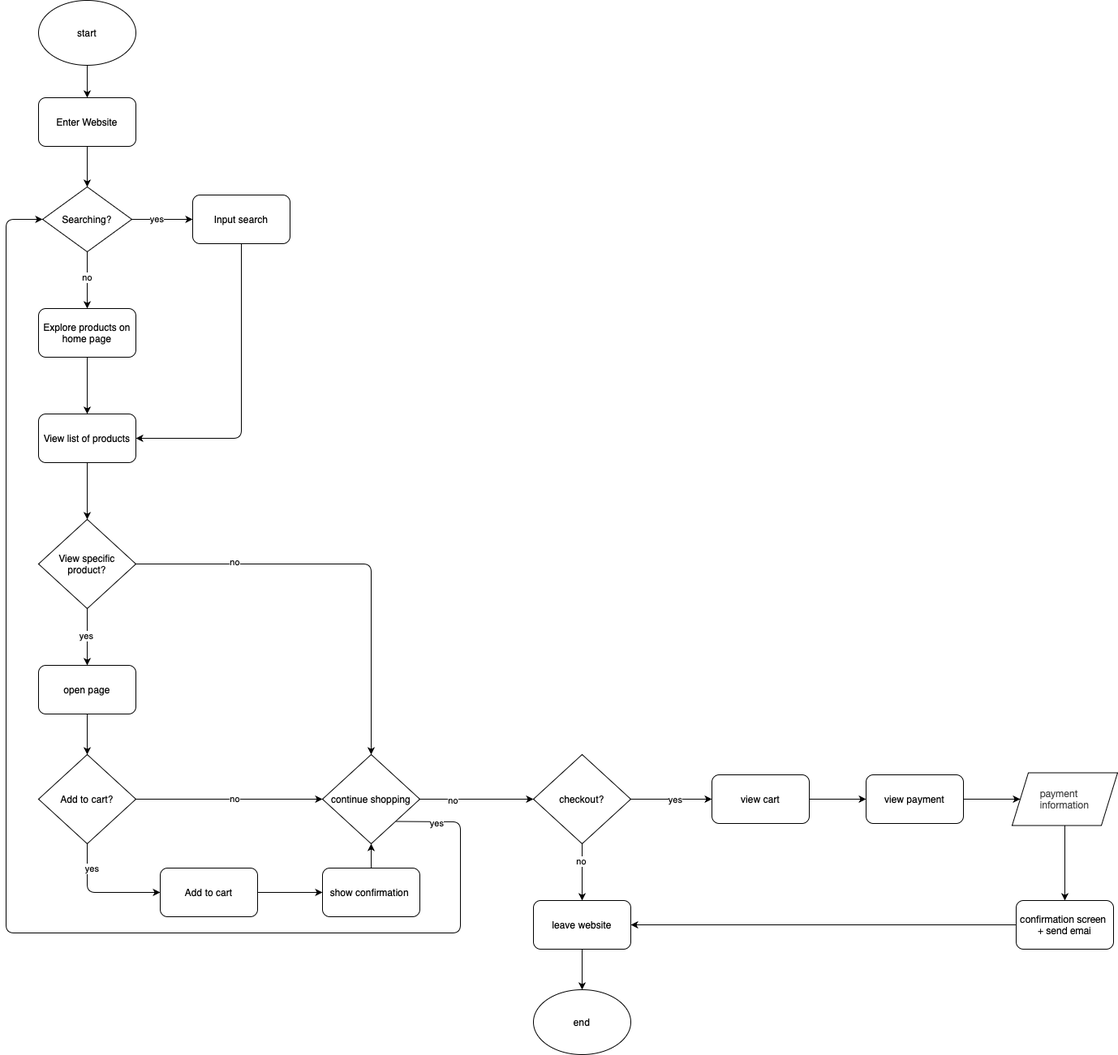
This is explore/diagramming/diagram.drawio.png from Panteaforoutan/sp25-cse110-lab4, a draw.io export, as it was before one commit. Source tidied: cells renumbered, new cells last; positions are measured from the earlier drawing's top-left corner, leaving out a move shared by most shapes. Source of this version:
```xml
<mxGraphModel>
  <root>
    <mxCell id="0" />
    <mxCell id="1" parent="0" />
    <mxCell id="2" style="edgeStyle=none;html=1;exitX=0.5;exitY=1;exitDx=0;exitDy=0;exitPerimeter=0;" parent="1" edge="1" target="9">
      <mxGeometry relative="1" as="geometry">
        <mxPoint x="100" y="80" as="sourcePoint" />
      </mxGeometry>
    </mxCell>
    <mxCell id="3" style="edgeStyle=none;html=1;entryX=0.5;entryY=0;entryDx=0;entryDy=0;" parent="1" edge="1" source="7" target="13">
      <mxGeometry relative="1" as="geometry" />
    </mxCell>
    <mxCell id="4" value="no" style="edgeLabel;html=1;align=center;verticalAlign=middle;" parent="3" vertex="1">
      <mxGeometry x="-0.09" y="-1" relative="1" as="geometry" />
    </mxCell>
    <mxCell id="5" style="edgeStyle=none;html=1;entryX=0;entryY=0.5;entryDx=0;entryDy=0;" parent="1" edge="1" source="7" target="11">
      <mxGeometry relative="1" as="geometry" />
    </mxCell>
    <mxCell id="6" value="yes" style="edgeLabel;html=1;align=center;verticalAlign=middle;" parent="5" vertex="1">
      <mxGeometry x="-0.17" y="1" relative="1" as="geometry" />
    </mxCell>
    <mxCell id="7" value="Searching?" style="shape=rhombus;html=1;dashed=0;whiteSpace=wrap;perimeter=rhombusPerimeter;" parent="1" vertex="1">
      <mxGeometry x="45" y="230" width="110" height="80" as="geometry" />
    </mxCell>
    <mxCell id="8" style="edgeStyle=none;html=1;exitX=0.5;exitY=1;exitDx=0;exitDy=0;" parent="1" edge="1" source="9" target="7">
      <mxGeometry relative="1" as="geometry" />
    </mxCell>
    <mxCell id="9" value="&lt;span style=&quot;text-align: start; color: rgb(0, 0, 0);&quot;&gt;&lt;font&gt;Enter Website&lt;/font&gt;&lt;/span&gt;" style="rounded=1;whiteSpace=wrap;html=1;align=center;" parent="1" vertex="1">
      <mxGeometry x="40" y="120" width="120" height="60" as="geometry" />
    </mxCell>
    <mxCell id="10" style="edgeStyle=none;html=1;exitX=0.5;exitY=1;exitDx=0;exitDy=0;entryX=1;entryY=0.5;entryDx=0;entryDy=0;" parent="1" edge="1" source="11" target="20">
      <mxGeometry relative="1" as="geometry">
        <Array as="points">
          <mxPoint x="290" y="540" />
        </Array>
      </mxGeometry>
    </mxCell>
    <mxCell id="11" value="&lt;div&gt;&lt;span style=&quot;text-align: start; caret-color: rgb(0, 0, 0); color: rgb(0, 0, 0);&quot;&gt;&lt;font&gt;Input search&lt;/font&gt;&lt;/span&gt;&lt;br&gt;&lt;/div&gt;" style="rounded=1;whiteSpace=wrap;html=1;" parent="1" vertex="1">
      <mxGeometry x="230" y="240" width="120" height="60" as="geometry" />
    </mxCell>
    <mxCell id="12" style="edgeStyle=none;html=1;exitX=0.5;exitY=1;exitDx=0;exitDy=0;entryX=0.5;entryY=0;entryDx=0;entryDy=0;" parent="1" edge="1" source="13" target="20">
      <mxGeometry relative="1" as="geometry" />
    </mxCell>
    <mxCell id="13" value="Explore products on home page" style="rounded=1;whiteSpace=wrap;html=1;" parent="1" vertex="1">
      <mxGeometry x="40" y="380" width="120" height="60" as="geometry" />
    </mxCell>
    <mxCell id="14" style="edgeStyle=none;html=1;entryX=0.5;entryY=0;entryDx=0;entryDy=0;" parent="1" edge="1" source="18">
      <mxGeometry relative="1" as="geometry">
        <mxPoint x="100" y="820" as="targetPoint" />
      </mxGeometry>
    </mxCell>
    <mxCell id="15" value="yes" style="edgeLabel;html=1;align=center;verticalAlign=middle;" parent="14" vertex="1">
      <mxGeometry x="-0.06" y="-2" relative="1" as="geometry" />
    </mxCell>
    <mxCell id="16" style="edgeStyle=none;html=1;exitX=1;exitY=0.5;exitDx=0;exitDy=0;entryX=0.5;entryY=0;entryDx=0;entryDy=0;" parent="1" edge="1" source="18" target="36">
      <mxGeometry relative="1" as="geometry">
        <Array as="points">
          <mxPoint x="450" y="695" />
        </Array>
      </mxGeometry>
    </mxCell>
    <mxCell id="17" value="no" style="edgeLabel;html=1;align=center;verticalAlign=middle;" parent="16" vertex="1">
      <mxGeometry x="-0.54" y="3" relative="1" as="geometry" />
    </mxCell>
    <mxCell id="18" value="&lt;span style=&quot;text-align: start; color: rgb(0, 0, 0);&quot;&gt;&lt;font&gt;View specific product?&lt;/font&gt;&lt;/span&gt;" style="rhombus;whiteSpace=wrap;html=1;" parent="1" vertex="1">
      <mxGeometry x="40" y="640" width="120" height="110" as="geometry" />
    </mxCell>
    <mxCell id="19" style="edgeStyle=none;html=1;exitX=0.5;exitY=1;exitDx=0;exitDy=0;entryX=0.5;entryY=0;entryDx=0;entryDy=0;" parent="1" edge="1" source="20" target="18">
      <mxGeometry relative="1" as="geometry" />
    </mxCell>
    <mxCell id="20" value="&lt;span style=&quot;text-align: start; color: rgb(0, 0, 0);&quot;&gt;&lt;font&gt;View list of products&lt;/font&gt;&lt;/span&gt;" style="rounded=1;whiteSpace=wrap;html=1;" parent="1" vertex="1">
      <mxGeometry x="40" y="510" width="120" height="60" as="geometry" />
    </mxCell>
    <mxCell id="21" style="edgeStyle=none;html=1;exitX=0.5;exitY=1;exitDx=0;exitDy=0;entryX=0.5;entryY=0;entryDx=0;entryDy=0;" parent="1" edge="1" source="22" target="27">
      <mxGeometry relative="1" as="geometry" />
    </mxCell>
    <mxCell id="22" value="open page" style="rounded=1;whiteSpace=wrap;html=1;" parent="1" vertex="1">
      <mxGeometry x="40" y="820" width="120" height="60" as="geometry" />
    </mxCell>
    <mxCell id="23" style="edgeStyle=none;html=1;entryX=0;entryY=0.5;entryDx=0;entryDy=0;" parent="1" edge="1" source="27" target="29">
      <mxGeometry relative="1" as="geometry">
        <Array as="points">
          <mxPoint x="100" y="1100" />
        </Array>
      </mxGeometry>
    </mxCell>
    <mxCell id="24" value="yes" style="edgeLabel;html=1;align=center;verticalAlign=middle;" parent="23" vertex="1">
      <mxGeometry x="0.02" relative="1" as="geometry">
        <mxPoint x="-11" y="-30" as="offset" />
      </mxGeometry>
    </mxCell>
    <mxCell id="25" style="edgeStyle=none;html=1;exitX=1;exitY=0.5;exitDx=0;exitDy=0;entryX=0;entryY=0.5;entryDx=0;entryDy=0;" parent="1" edge="1" source="27" target="36">
      <mxGeometry relative="1" as="geometry" />
    </mxCell>
    <mxCell id="26" value="no" style="edgeLabel;html=1;align=center;verticalAlign=middle;" parent="25" vertex="1">
      <mxGeometry x="0.05" y="1" relative="1" as="geometry" />
    </mxCell>
    <mxCell id="27" value="&lt;div style=&quot;text-align: start;&quot;&gt;Add to cart?&lt;/div&gt;" style="rhombus;whiteSpace=wrap;html=1;" parent="1" vertex="1">
      <mxGeometry x="40" y="930" width="120" height="110" as="geometry" />
    </mxCell>
    <mxCell id="28" style="edgeStyle=none;html=1;" parent="1" edge="1" source="29" target="31">
      <mxGeometry relative="1" as="geometry" />
    </mxCell>
    <mxCell id="29" value="&lt;span style=&quot;text-align: start; color: rgb(0, 0, 0);&quot;&gt;&lt;font&gt;Add to cart&lt;/font&gt;&lt;/span&gt;" style="rounded=1;whiteSpace=wrap;html=1;" parent="1" vertex="1">
      <mxGeometry x="190" y="1070" width="120" height="60" as="geometry" />
    </mxCell>
    <mxCell id="30" style="edgeStyle=none;html=1;entryX=0.5;entryY=1;entryDx=0;entryDy=0;" parent="1" edge="1" source="31" target="36">
      <mxGeometry relative="1" as="geometry" />
    </mxCell>
    <mxCell id="31" value="show confirmation&amp;nbsp;" style="rounded=1;whiteSpace=wrap;html=1;" parent="1" vertex="1">
      <mxGeometry x="390" y="1070" width="120" height="60" as="geometry" />
    </mxCell>
    <mxCell id="32" style="edgeStyle=none;html=1;exitX=1;exitY=1;exitDx=0;exitDy=0;entryX=0;entryY=0.5;entryDx=0;entryDy=0;" parent="1" edge="1" source="36" target="7">
      <mxGeometry relative="1" as="geometry">
        <Array as="points">
          <mxPoint x="560" y="1013" />
          <mxPoint x="560" y="1100" />
          <mxPoint x="560" y="1150" />
          <mxPoint y="1150" />
          <mxPoint y="695" />
          <mxPoint y="270" />
        </Array>
      </mxGeometry>
    </mxCell>
    <mxCell id="33" value="yes" style="edgeLabel;html=1;align=center;verticalAlign=middle;" parent="32" vertex="1">
      <mxGeometry x="-0.9" y="-4" relative="1" as="geometry">
        <mxPoint x="-26" y="-7" as="offset" />
      </mxGeometry>
    </mxCell>
    <mxCell id="34" style="edgeStyle=none;html=1;entryX=0;entryY=0.5;entryDx=0;entryDy=0;" parent="1" edge="1" source="36" target="41">
      <mxGeometry relative="1" as="geometry" />
    </mxCell>
    <mxCell id="35" value="no" style="edgeLabel;html=1;align=center;verticalAlign=middle;" parent="34" vertex="1">
      <mxGeometry x="-0.43" y="-1" relative="1" as="geometry" />
    </mxCell>
    <mxCell id="36" value="&lt;div style=&quot;text-align: start;&quot;&gt;continue shopping&lt;/div&gt;" style="rhombus;whiteSpace=wrap;html=1;" parent="1" vertex="1">
      <mxGeometry x="390" y="930" width="120" height="110" as="geometry" />
    </mxCell>
    <mxCell id="37" style="edgeStyle=none;html=1;entryX=0;entryY=0.5;entryDx=0;entryDy=0;" parent="1" edge="1" source="41" target="45">
      <mxGeometry relative="1" as="geometry" />
    </mxCell>
    <mxCell id="38" value="yes" style="edgeLabel;html=1;align=center;verticalAlign=middle;" parent="37" vertex="1">
      <mxGeometry x="0.08" y="-3" relative="1" as="geometry">
        <mxPoint y="-3" as="offset" />
      </mxGeometry>
    </mxCell>
    <mxCell id="39" style="edgeStyle=none;html=1;entryX=0.5;entryY=0;entryDx=0;entryDy=0;" parent="1" edge="1" source="41" target="43">
      <mxGeometry relative="1" as="geometry" />
    </mxCell>
    <mxCell id="40" value="no" style="edgeLabel;html=1;align=center;verticalAlign=middle;" parent="39" vertex="1">
      <mxGeometry x="-0.41" y="-2" relative="1" as="geometry">
        <mxPoint y="1" as="offset" />
      </mxGeometry>
    </mxCell>
    <mxCell id="41" value="&lt;div style=&quot;text-align: start;&quot;&gt;checkout?&lt;/div&gt;" style="rhombus;whiteSpace=wrap;html=1;" parent="1" vertex="1">
      <mxGeometry x="650" y="930" width="120" height="110" as="geometry" />
    </mxCell>
    <mxCell id="42" style="edgeStyle=none;html=1;" parent="1" edge="1" source="43" target="52">
      <mxGeometry relative="1" as="geometry" />
    </mxCell>
    <mxCell id="43" value="leave website" style="rounded=1;whiteSpace=wrap;html=1;" parent="1" vertex="1">
      <mxGeometry x="650" y="1110" width="120" height="60" as="geometry" />
    </mxCell>
    <mxCell id="44" style="edgeStyle=none;html=1;exitX=1;exitY=0.5;exitDx=0;exitDy=0;" parent="1" edge="1" source="45" target="47">
      <mxGeometry relative="1" as="geometry" />
    </mxCell>
    <mxCell id="45" value="view cart" style="rounded=1;whiteSpace=wrap;html=1;" parent="1" vertex="1">
      <mxGeometry x="870" y="955" width="120" height="60" as="geometry" />
    </mxCell>
    <mxCell id="46" style="edgeStyle=none;html=1;" parent="1" edge="1" source="47" target="51">
      <mxGeometry relative="1" as="geometry" />
    </mxCell>
    <mxCell id="47" value="view payment" style="rounded=1;whiteSpace=wrap;html=1;" parent="1" vertex="1">
      <mxGeometry x="1060" y="955" width="120" height="60" as="geometry" />
    </mxCell>
    <mxCell id="48" style="edgeStyle=none;html=1;exitX=0.5;exitY=1;exitDx=0;exitDy=0;entryX=0.5;entryY=0;entryDx=0;entryDy=0;" parent="1" edge="1" source="51" target="50">
      <mxGeometry relative="1" as="geometry" />
    </mxCell>
    <mxCell id="49" style="edgeStyle=none;html=1;entryX=1;entryY=0.5;entryDx=0;entryDy=0;" parent="1" edge="1" source="50" target="43">
      <mxGeometry relative="1" as="geometry" />
    </mxCell>
    <mxCell id="50" value="&lt;span style=&quot;color: rgb(0, 0, 0); font-family: &amp;quot;Lato Extended&amp;quot;, Lato, &amp;quot;Helvetica Neue&amp;quot;, Helvetica, Arial, sans-serif; text-align: left; background-color: rgb(255, 255, 255);&quot;&gt;&lt;font&gt;confirmation screen&amp;nbsp;&lt;/font&gt;&lt;/span&gt;&lt;div&gt;&lt;span style=&quot;color: rgb(0, 0, 0); font-family: &amp;quot;Lato Extended&amp;quot;, Lato, &amp;quot;Helvetica Neue&amp;quot;, Helvetica, Arial, sans-serif; text-align: left; background-color: rgb(255, 255, 255);&quot;&gt;&lt;font&gt;+ send emai&lt;/font&gt;&lt;/span&gt;&lt;/div&gt;" style="rounded=1;whiteSpace=wrap;html=1;" parent="1" vertex="1">
      <mxGeometry x="1245" y="1110" width="120" height="60" as="geometry" />
    </mxCell>
    <mxCell id="51" value="&lt;span style=&quot;caret-color: rgb(63, 63, 63); color: rgb(63, 63, 63); font-family: &amp;quot;Lato Extended&amp;quot;, Lato, &amp;quot;Helvetica Neue&amp;quot;, Helvetica, Arial, sans-serif; text-align: left; background-color: rgb(255, 255, 255);&quot;&gt;payment&amp;nbsp;&lt;/span&gt;&lt;div&gt;&lt;span style=&quot;caret-color: rgb(63, 63, 63); color: rgb(63, 63, 63); font-family: &amp;quot;Lato Extended&amp;quot;, Lato, &amp;quot;Helvetica Neue&amp;quot;, Helvetica, Arial, sans-serif; text-align: left; background-color: rgb(255, 255, 255);&quot;&gt;information&lt;/span&gt;&lt;/div&gt;" style="shape=parallelogram;perimeter=parallelogramPerimeter;whiteSpace=wrap;html=1;fixedSize=1;strokeWidth=1;" parent="1" vertex="1">
      <mxGeometry x="1240" y="952.5" width="130" height="65" as="geometry" />
    </mxCell>
    <mxCell id="52" value="end" style="ellipse;whiteSpace=wrap;html=1;" parent="1" vertex="1">
      <mxGeometry x="650" y="1220" width="120" height="80" as="geometry" />
    </mxCell>
    <mxCell id="53" value="start" style="ellipse;whiteSpace=wrap;html=1;" parent="1" vertex="1">
      <mxGeometry x="40" width="120" height="80" as="geometry" />
    </mxCell>
  </root>
</mxGraphModel>
```
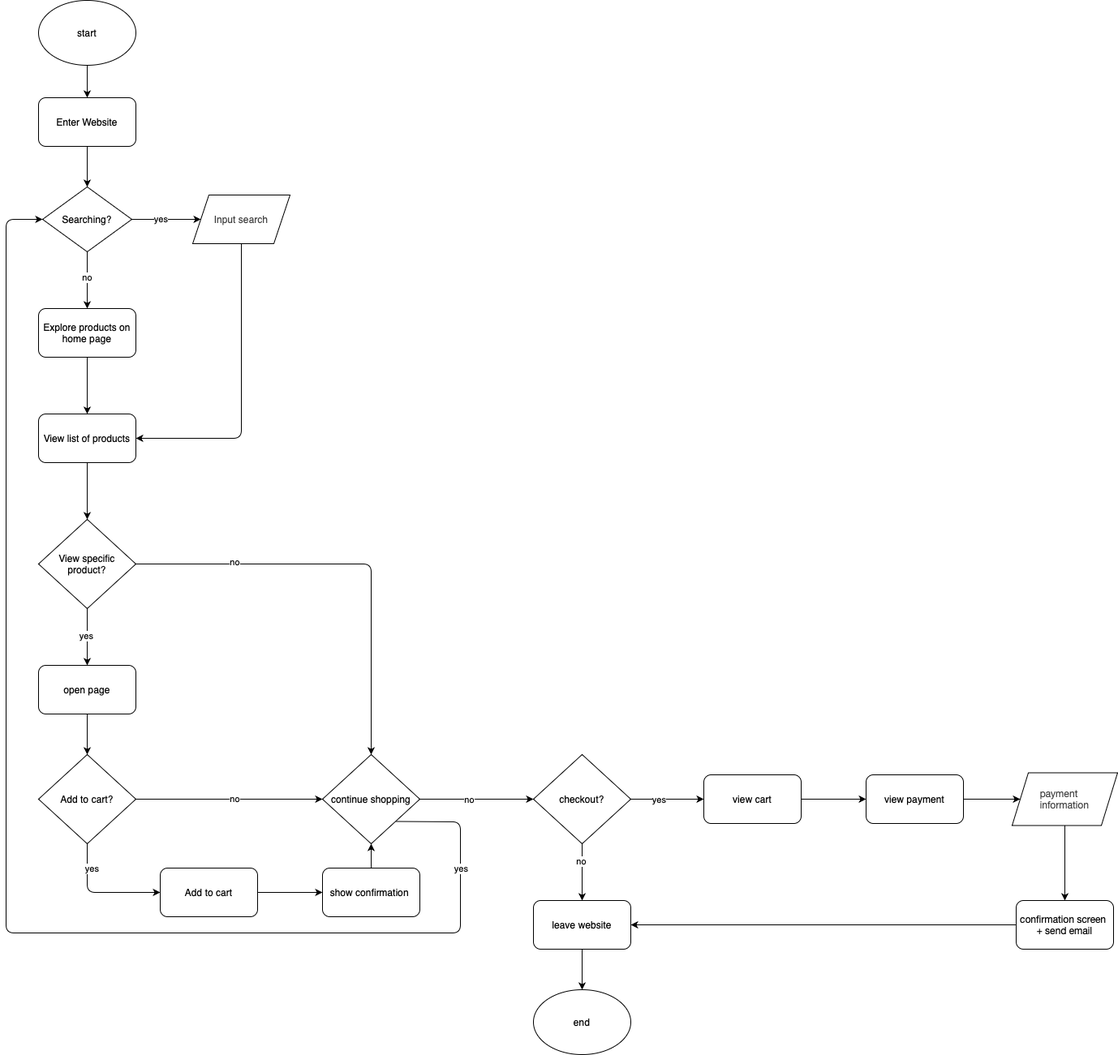
The same diagram one commit later.

The edit, as a diff of the source:
```diff
@@ -28,16 +28,14 @@
     <mxCell id="9" value="&lt;span style=&quot;text-align: start; color: rgb(0, 0, 0);&quot;&gt;&lt;font&gt;Enter Website&lt;/font&gt;&lt;/span&gt;" style="rounded=1;whiteSpace=wrap;html=1;align=center;" parent="1" vertex="1">
       <mxGeometry x="40" y="120" width="120" height="60" as="geometry" />
     </mxCell>
-    <mxCell id="10" style="edgeStyle=none;html=1;exitX=0.5;exitY=1;exitDx=0;exitDy=0;entryX=1;entryY=0.5;entryDx=0;entryDy=0;" parent="1" edge="1" source="11" target="20">
+    <mxCell id="10" style="edgeStyle=none;html=1;exitX=0.5;exitY=1;exitDx=0;exitDy=0;entryX=1;entryY=0.5;entryDx=0;entryDy=0;" parent="1" edge="1" target="20">
       <mxGeometry relative="1" as="geometry">
+        <mxPoint x="290" y="300" as="sourcePoint" />
         <Array as="points">
           <mxPoint x="290" y="540" />
         </Array>
       </mxGeometry>
     </mxCell>
-    <mxCell id="11" value="&lt;div&gt;&lt;span style=&quot;text-align: start; caret-color: rgb(0, 0, 0); color: rgb(0, 0, 0);&quot;&gt;&lt;font&gt;Input search&lt;/font&gt;&lt;/span&gt;&lt;br&gt;&lt;/div&gt;" style="rounded=1;whiteSpace=wrap;html=1;" parent="1" vertex="1">
-      <mxGeometry x="230" y="240" width="120" height="60" as="geometry" />
-    </mxCell>
     <mxCell id="12" style="edgeStyle=none;html=1;exitX=0.5;exitY=1;exitDx=0;exitDy=0;entryX=0.5;entryY=0;entryDx=0;entryDy=0;" parent="1" edge="1" source="13" target="20">
       <mxGeometry relative="1" as="geometry" />
     </mxCell>
@@ -124,14 +122,16 @@
     </mxCell>
     <mxCell id="33" value="yes" style="edgeLabel;html=1;align=center;verticalAlign=middle;" parent="32" vertex="1">
       <mxGeometry x="-0.9" y="-4" relative="1" as="geometry">
-        <mxPoint x="-26" y="-7" as="offset" />
+        <mxPoint x="4" y="49" as="offset" />
       </mxGeometry>
     </mxCell>
     <mxCell id="34" style="edgeStyle=none;html=1;entryX=0;entryY=0.5;entryDx=0;entryDy=0;" parent="1" edge="1" source="36" target="41">
       <mxGeometry relative="1" as="geometry" />
     </mxCell>
     <mxCell id="35" value="no" style="edgeLabel;html=1;align=center;verticalAlign=middle;" parent="34" vertex="1">
-      <mxGeometry x="-0.43" y="-1" relative="1" as="geometry" />
+      <mxGeometry x="-0.43" y="-1" relative="1" as="geometry">
+        <mxPoint x="20" y="-1" as="offset" />
+      </mxGeometry>
     </mxCell>
     <mxCell id="36" value="&lt;div style=&quot;text-align: start;&quot;&gt;continue shopping&lt;/div&gt;" style="rhombus;whiteSpace=wrap;html=1;" parent="1" vertex="1">
       <mxGeometry x="390" y="930" width="120" height="110" as="geometry" />
@@ -141,7 +141,7 @@
     </mxCell>
     <mxCell id="38" value="yes" style="edgeLabel;html=1;align=center;verticalAlign=middle;" parent="37" vertex="1">
       <mxGeometry x="0.08" y="-3" relative="1" as="geometry">
-        <mxPoint y="-3" as="offset" />
+        <mxPoint x="-14" y="-3" as="offset" />
       </mxGeometry>
     </mxCell>
     <mxCell id="39" style="edgeStyle=none;html=1;entryX=0.5;entryY=0;entryDx=0;entryDy=0;" parent="1" edge="1" source="41" target="43">
@@ -165,7 +165,7 @@
       <mxGeometry relative="1" as="geometry" />
     </mxCell>
     <mxCell id="45" value="view cart" style="rounded=1;whiteSpace=wrap;html=1;" parent="1" vertex="1">
-      <mxGeometry x="870" y="955" width="120" height="60" as="geometry" />
+      <mxGeometry x="860" y="955" width="120" height="60" as="geometry" />
     </mxCell>
     <mxCell id="46" style="edgeStyle=none;html=1;" parent="1" edge="1" source="47" target="51">
       <mxGeometry relative="1" as="geometry" />
@@ -179,7 +179,7 @@
     <mxCell id="49" style="edgeStyle=none;html=1;entryX=1;entryY=0.5;entryDx=0;entryDy=0;" parent="1" edge="1" source="50" target="43">
       <mxGeometry relative="1" as="geometry" />
     </mxCell>
-    <mxCell id="50" value="&lt;span style=&quot;color: rgb(0, 0, 0); font-family: &amp;quot;Lato Extended&amp;quot;, Lato, &amp;quot;Helvetica Neue&amp;quot;, Helvetica, Arial, sans-serif; text-align: left; background-color: rgb(255, 255, 255);&quot;&gt;&lt;font&gt;confirmation screen&amp;nbsp;&lt;/font&gt;&lt;/span&gt;&lt;div&gt;&lt;span style=&quot;color: rgb(0, 0, 0); font-family: &amp;quot;Lato Extended&amp;quot;, Lato, &amp;quot;Helvetica Neue&amp;quot;, Helvetica, Arial, sans-serif; text-align: left; background-color: rgb(255, 255, 255);&quot;&gt;&lt;font&gt;+ send emai&lt;/font&gt;&lt;/span&gt;&lt;/div&gt;" style="rounded=1;whiteSpace=wrap;html=1;" parent="1" vertex="1">
+    <mxCell id="50" value="&lt;span style=&quot;color: rgb(0, 0, 0); font-family: &amp;quot;Lato Extended&amp;quot;, Lato, &amp;quot;Helvetica Neue&amp;quot;, Helvetica, Arial, sans-serif; text-align: left; background-color: rgb(255, 255, 255);&quot;&gt;&lt;font&gt;confirmation screen&amp;nbsp;&lt;/font&gt;&lt;/span&gt;&lt;div&gt;&lt;span style=&quot;color: rgb(0, 0, 0); font-family: &amp;quot;Lato Extended&amp;quot;, Lato, &amp;quot;Helvetica Neue&amp;quot;, Helvetica, Arial, sans-serif; text-align: left; background-color: rgb(255, 255, 255);&quot;&gt;&lt;font&gt;+ send email&lt;/font&gt;&lt;/span&gt;&lt;/div&gt;" style="rounded=1;whiteSpace=wrap;html=1;" parent="1" vertex="1">
       <mxGeometry x="1245" y="1110" width="120" height="60" as="geometry" />
     </mxCell>
     <mxCell id="51" value="&lt;span style=&quot;caret-color: rgb(63, 63, 63); color: rgb(63, 63, 63); font-family: &amp;quot;Lato Extended&amp;quot;, Lato, &amp;quot;Helvetica Neue&amp;quot;, Helvetica, Arial, sans-serif; text-align: left; background-color: rgb(255, 255, 255);&quot;&gt;payment&amp;nbsp;&lt;/span&gt;&lt;div&gt;&lt;span style=&quot;caret-color: rgb(63, 63, 63); color: rgb(63, 63, 63); font-family: &amp;quot;Lato Extended&amp;quot;, Lato, &amp;quot;Helvetica Neue&amp;quot;, Helvetica, Arial, sans-serif; text-align: left; background-color: rgb(255, 255, 255);&quot;&gt;information&lt;/span&gt;&lt;/div&gt;" style="shape=parallelogram;perimeter=parallelogramPerimeter;whiteSpace=wrap;html=1;fixedSize=1;strokeWidth=1;" parent="1" vertex="1">
@@ -191,5 +191,8 @@
     <mxCell id="53" value="start" style="ellipse;whiteSpace=wrap;html=1;" parent="1" vertex="1">
       <mxGeometry x="40" width="120" height="80" as="geometry" />
     </mxCell>
+    <mxCell id="11" value="&lt;span style=&quot;color: rgb(63, 63, 63); text-align: start;&quot;&gt;Input search&lt;/span&gt;" style="shape=parallelogram;perimeter=parallelogramPerimeter;whiteSpace=wrap;html=1;fixedSize=1;" parent="1" vertex="1">
+      <mxGeometry x="230" y="240" width="120" height="60" as="geometry" />
+    </mxCell>
   </root>
 </mxGraphModel>
```
